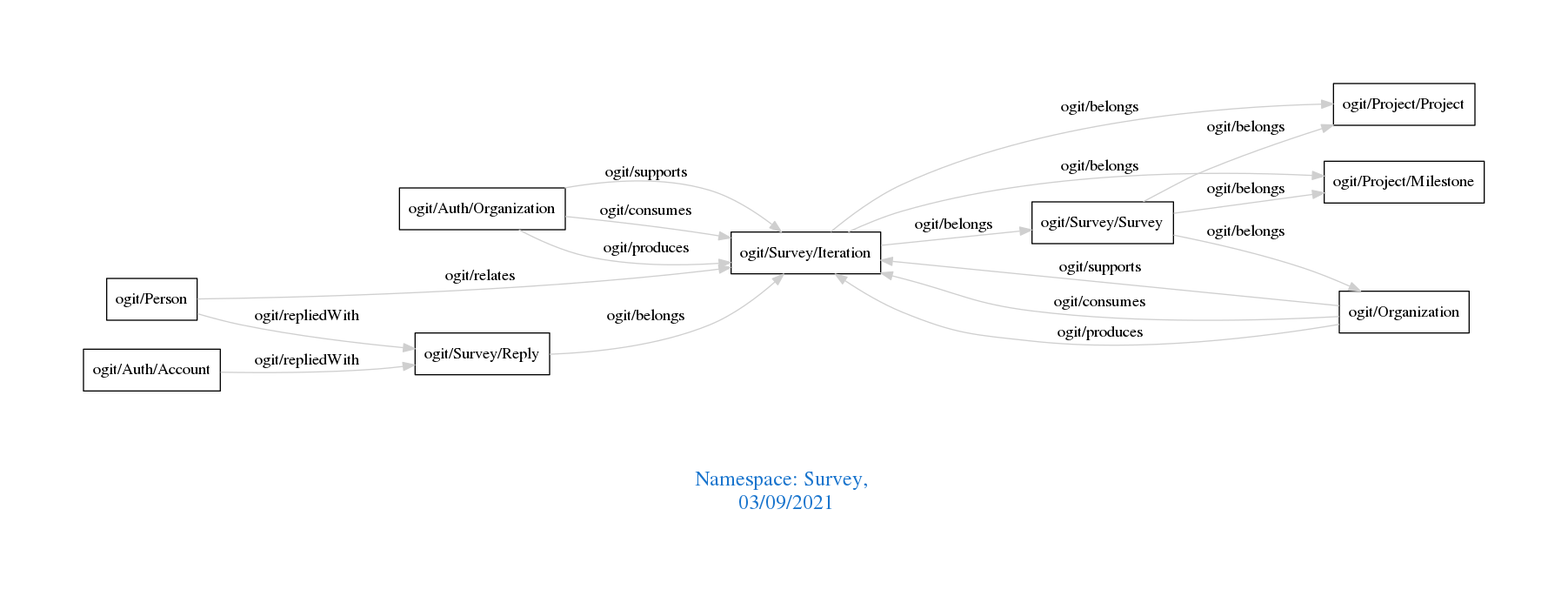
This is downloads/Survey.png from arago/OGIT, a Graphviz export, as it was before one commit. Its source is kept beside it as downloads/Survey.dot.
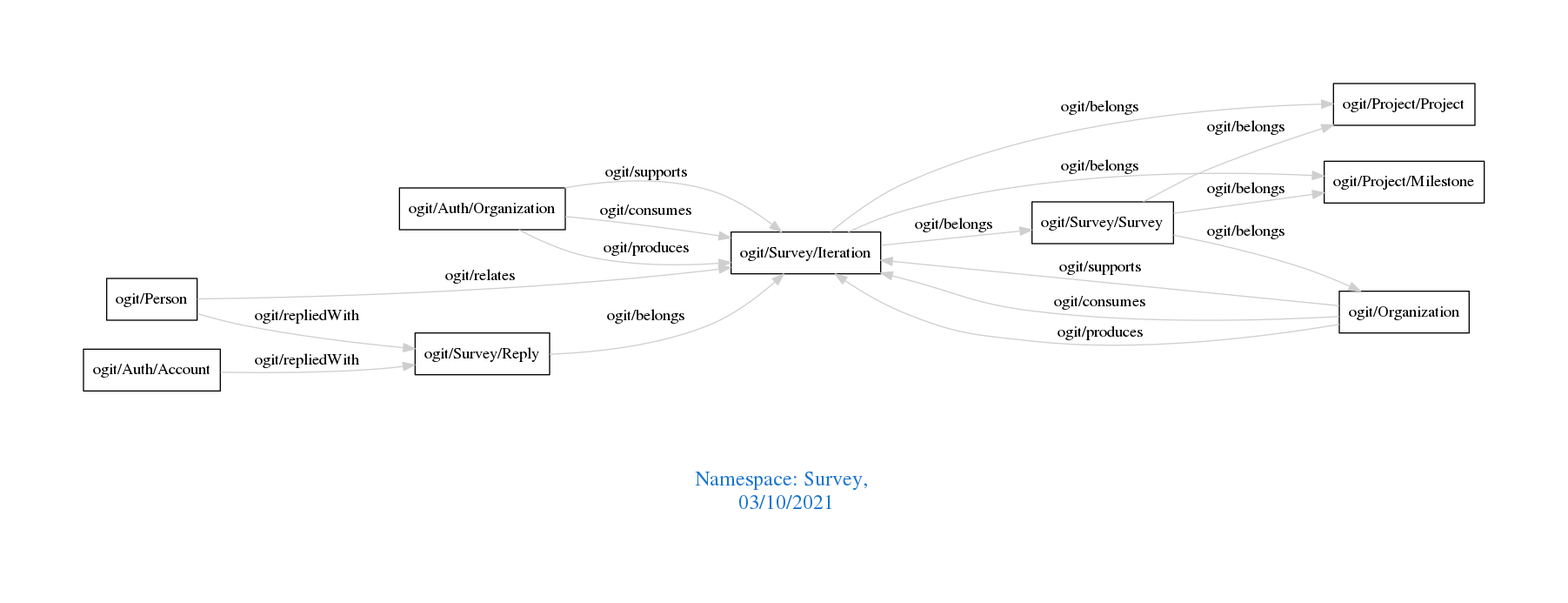
After the commit.

Change to the diagram source:
```diff
@@ -1,7 +1,7 @@
 digraph OGIT_ontology {
  graph [ rankdir= LR,pad=1
 fontsize = 18,
-fontcolor= dodgerblue3,label = "\n\n\nNamespace: Survey, \n 03/09/2021"];
+fontcolor= dodgerblue3,label = "\n\n\nNamespace: Survey, \n 03/10/2021"];
 node[shape=polygon];
 edge [  color="gray81"];
 
```
